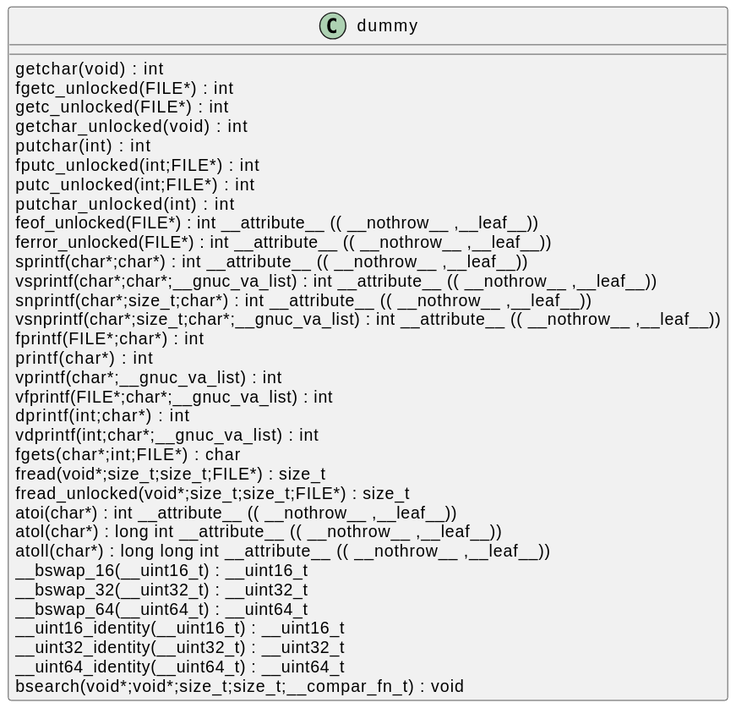
This is docs/qc/crypto/bio/bf_readbuff.c.svg from qualitesys/openssl, a PlantUML export, as it was before one commit.
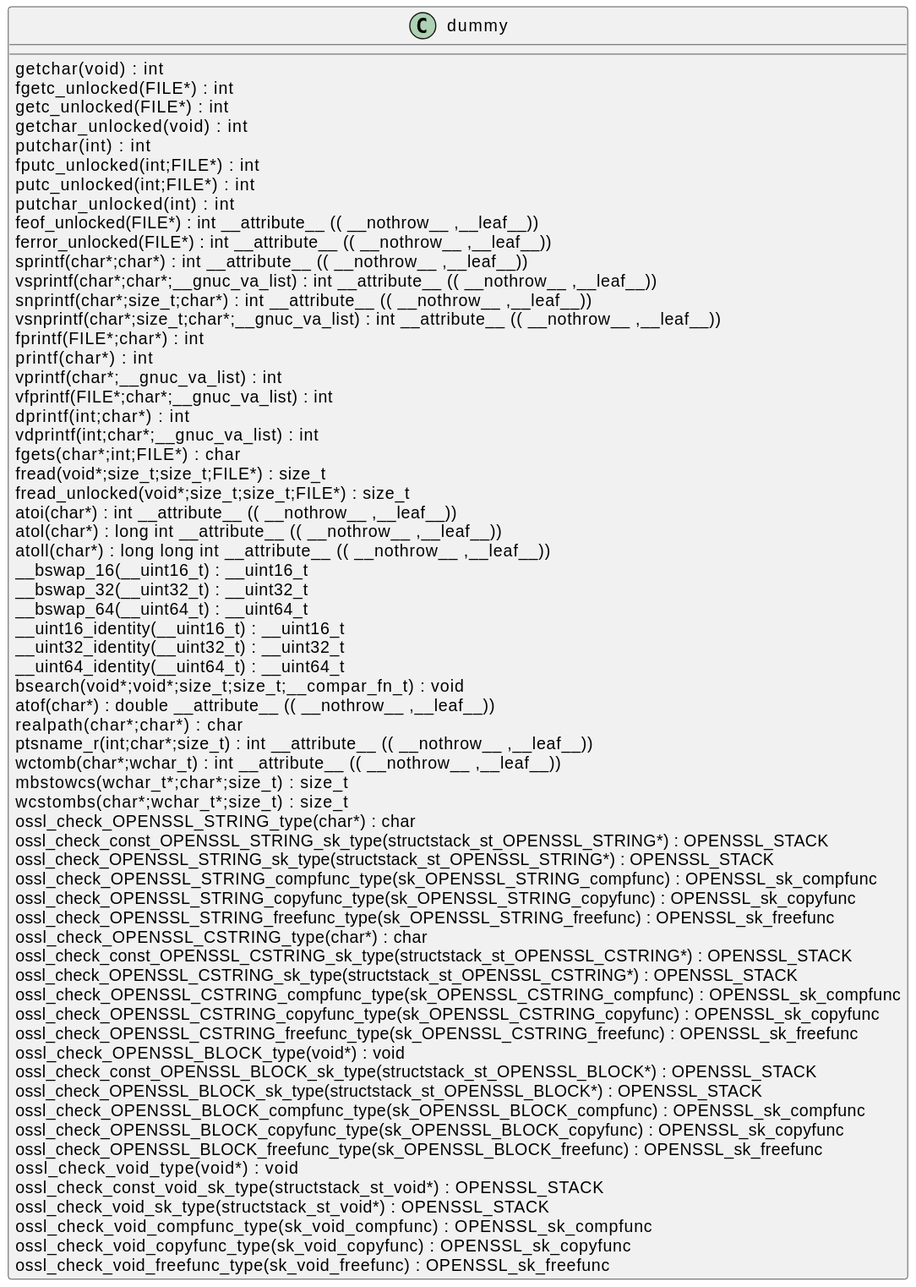
After the commit.

The edit, as a diff of the source:
```diff
@@ -34,5 +34,35 @@
 __uint32_identity(__uint32_t) : __uint32_t [[[./../../.././qc/crypto/bio/bf_readbuff.c.html#1626]]]
 __uint64_identity(__uint64_t) : __uint64_t [[[./../../.././qc/crypto/bio/bf_readbuff.c.html#1632]]]
 bsearch(void*;void*;size_t;size_t;__compar_fn_t) :  void  [[[./../../.././qc/crypto/bio/bf_readbuff.c.html#2300]]]
+atof(char*) :  double  __attribute__ (( __nothrow__ ,__leaf__)) [[[./../../.././qc/crypto/bio/bf_readbuff.c.html#1]]]
+realpath(char*;char*) :  char  [[[./../../.././qc/crypto/bio/bf_readbuff.c.html#1]]]
+ptsname_r(int;char*;size_t) :  int  __attribute__ (( __nothrow__ ,__leaf__)) [[[./../../.././qc/crypto/bio/bf_readbuff.c.html#1]]]
+wctomb(char*;wchar_t) :  int  __attribute__ (( __nothrow__ ,__leaf__)) [[[./../../.././qc/crypto/bio/bf_readbuff.c.html#1]]]
+mbstowcs(wchar_t*;char*;size_t) : size_t [[[./../../.././qc/crypto/bio/bf_readbuff.c.html#1]]]
+wcstombs(char*;wchar_t*;size_t) : size_t [[[./../../.././qc/crypto/bio/bf_readbuff.c.html#1]]]
+ossl_check_OPENSSL_STRING_type(char*) :  char  [[[./../../.././qc/crypto/bio/bf_readbuff.c.html#1]]]
+ossl_check_const_OPENSSL_STRING_sk_type(structstack_st_OPENSSL_STRING*) : OPENSSL_STACK [[[./../../.././qc/crypto/bio/bf_readbuff.c.html#1]]]
+ossl_check_OPENSSL_STRING_sk_type(structstack_st_OPENSSL_STRING*) : OPENSSL_STACK [[[./../../.././qc/crypto/bio/bf_readbuff.c.html#1]]]
+ossl_check_OPENSSL_STRING_compfunc_type(sk_OPENSSL_STRING_compfunc) : OPENSSL_sk_compfunc [[[./../../.././qc/crypto/bio/bf_readbuff.c.html#1]]]
+ossl_check_OPENSSL_STRING_copyfunc_type(sk_OPENSSL_STRING_copyfunc) : OPENSSL_sk_copyfunc [[[./../../.././qc/crypto/bio/bf_readbuff.c.html#1]]]
+ossl_check_OPENSSL_STRING_freefunc_type(sk_OPENSSL_STRING_freefunc) : OPENSSL_sk_freefunc [[[./../../.././qc/crypto/bio/bf_readbuff.c.html#1]]]
+ossl_check_OPENSSL_CSTRING_type(char*) :  char  [[[./../../.././qc/crypto/bio/bf_readbuff.c.html#1]]]
+ossl_check_const_OPENSSL_CSTRING_sk_type(structstack_st_OPENSSL_CSTRING*) : OPENSSL_STACK [[[./../../.././qc/crypto/bio/bf_readbuff.c.html#1]]]
+ossl_check_OPENSSL_CSTRING_sk_type(structstack_st_OPENSSL_CSTRING*) : OPENSSL_STACK [[[./../../.././qc/crypto/bio/bf_readbuff.c.html#1]]]
+ossl_check_OPENSSL_CSTRING_compfunc_type(sk_OPENSSL_CSTRING_compfunc) : OPENSSL_sk_compfunc [[[./../../.././qc/crypto/bio/bf_readbuff.c.html#1]]]
+ossl_check_OPENSSL_CSTRING_copyfunc_type(sk_OPENSSL_CSTRING_copyfunc) : OPENSSL_sk_copyfunc [[[./../../.././qc/crypto/bio/bf_readbuff.c.html#1]]]
+ossl_check_OPENSSL_CSTRING_freefunc_type(sk_OPENSSL_CSTRING_freefunc) : OPENSSL_sk_freefunc [[[./../../.././qc/crypto/bio/bf_readbuff.c.html#1]]]
+ossl_check_OPENSSL_BLOCK_type(void*) :  void  [[[./../../.././qc/crypto/bio/bf_readbuff.c.html#1]]]
+ossl_check_const_OPENSSL_BLOCK_sk_type(structstack_st_OPENSSL_BLOCK*) : OPENSSL_STACK [[[./../../.././qc/crypto/bio/bf_readbuff.c.html#1]]]
+ossl_check_OPENSSL_BLOCK_sk_type(structstack_st_OPENSSL_BLOCK*) : OPENSSL_STACK [[[./../../.././qc/crypto/bio/bf_readbuff.c.html#1]]]
+ossl_check_OPENSSL_BLOCK_compfunc_type(sk_OPENSSL_BLOCK_compfunc) : OPENSSL_sk_compfunc [[[./../../.././qc/crypto/bio/bf_readbuff.c.html#1]]]
+ossl_check_OPENSSL_BLOCK_copyfunc_type(sk_OPENSSL_BLOCK_copyfunc) : OPENSSL_sk_copyfunc [[[./../../.././qc/crypto/bio/bf_readbuff.c.html#1]]]
+ossl_check_OPENSSL_BLOCK_freefunc_type(sk_OPENSSL_BLOCK_freefunc) : OPENSSL_sk_freefunc [[[./../../.././qc/crypto/bio/bf_readbuff.c.html#1]]]
+ossl_check_void_type(void*) :  void  [[[./../../.././qc/crypto/bio/bf_readbuff.c.html#1]]]
+ossl_check_const_void_sk_type(structstack_st_void*) : OPENSSL_STACK [[[./../../.././qc/crypto/bio/bf_readbuff.c.html#1]]]
+ossl_check_void_sk_type(structstack_st_void*) : OPENSSL_STACK [[[./../../.././qc/crypto/bio/bf_readbuff.c.html#1]]]
+ossl_check_void_compfunc_type(sk_void_compfunc) : OPENSSL_sk_compfunc [[[./../../.././qc/crypto/bio/bf_readbuff.c.html#1]]]
+ossl_check_void_copyfunc_type(sk_void_copyfunc) : OPENSSL_sk_copyfunc [[[./../../.././qc/crypto/bio/bf_readbuff.c.html#1]]]
+ossl_check_void_freefunc_type(sk_void_freefunc) : OPENSSL_sk_freefunc [[[./../../.././qc/crypto/bio/bf_readbuff.c.html#1]]]
 }
 @enduml
```
